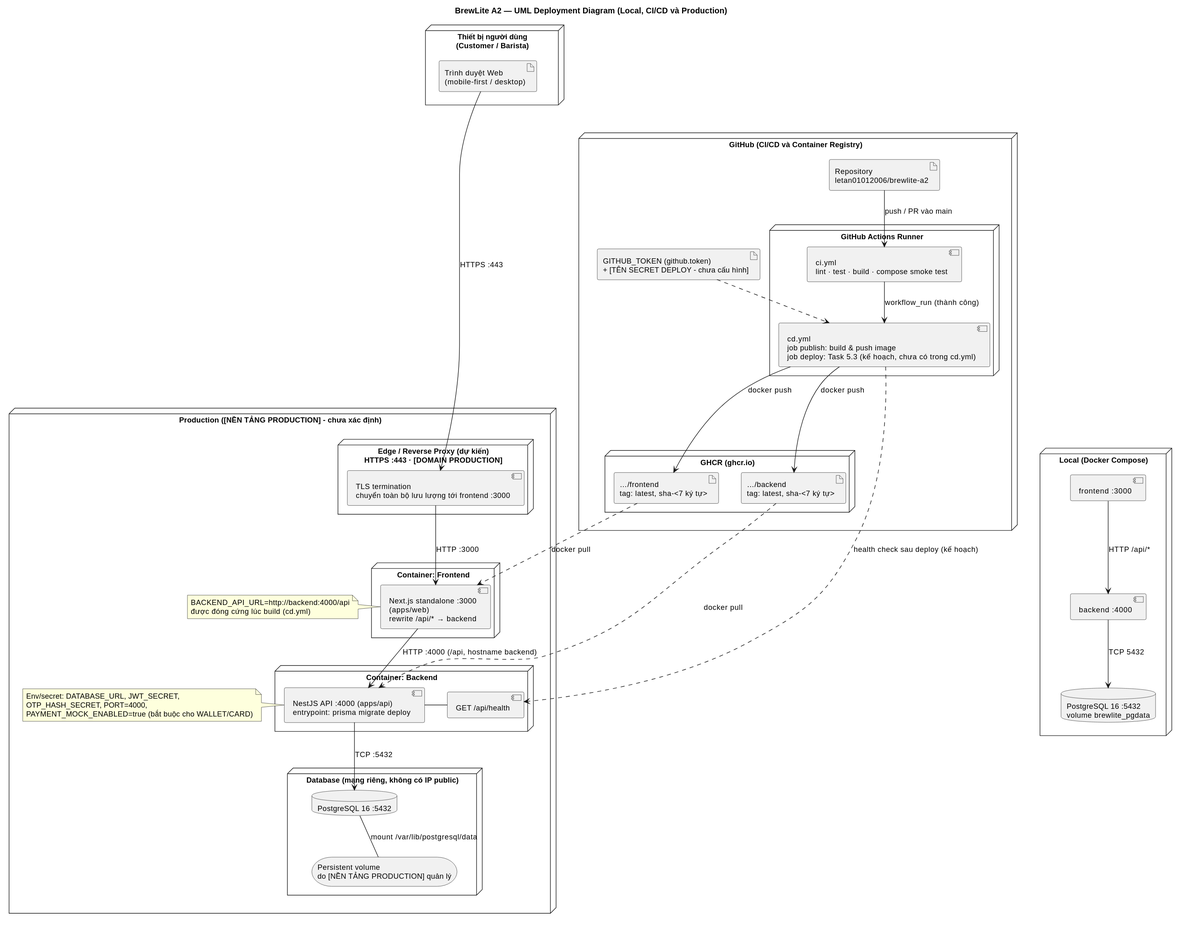
Earlier version of the PlantUML export docs/diagrams/deployment-production.svg (letan01012006/brewlite-a2).
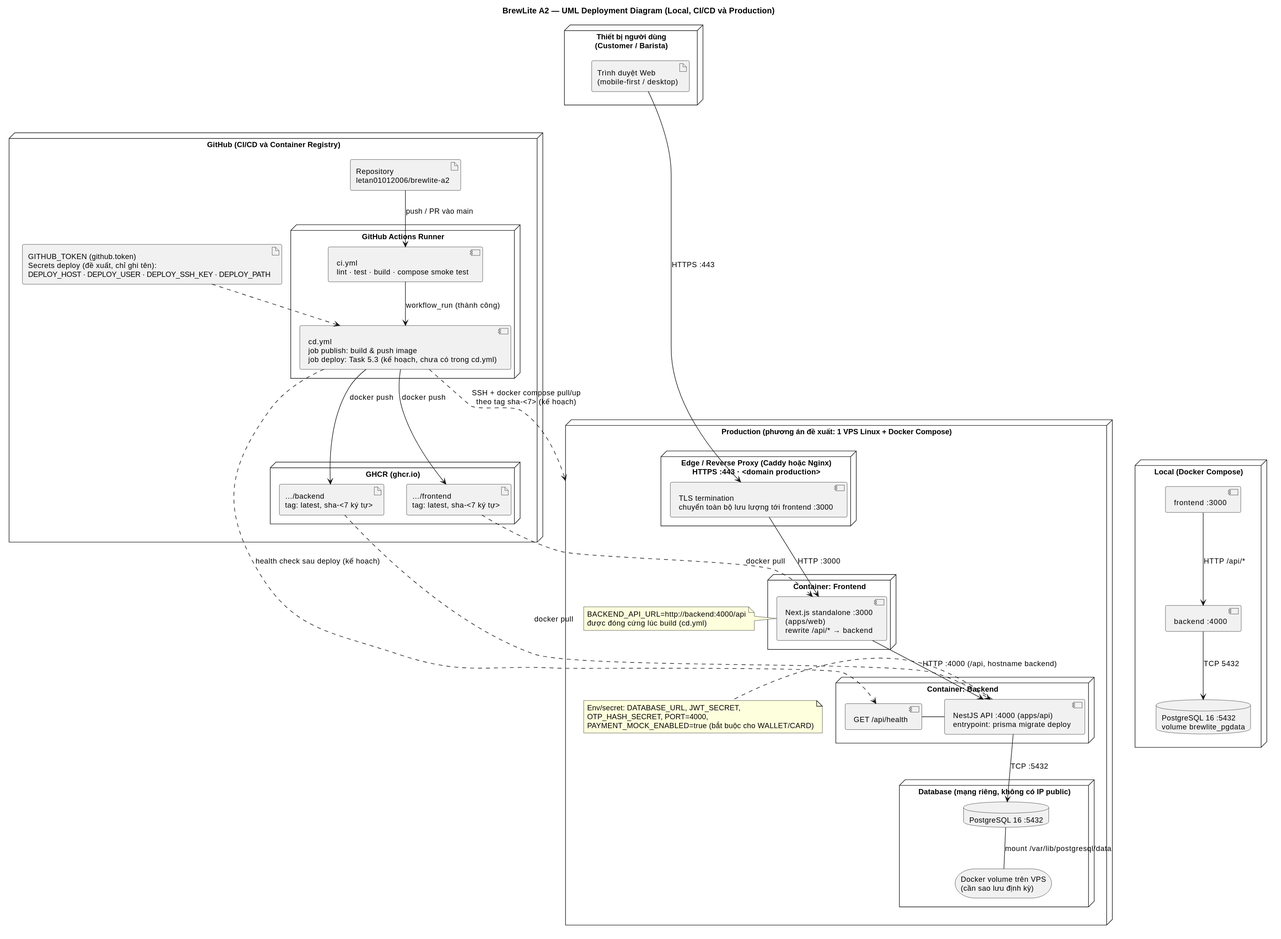
Later version of the same file.

Commit message:
docs(deployment): define proposed production platform, secrets management, finalize diagram

Change to the diagram source:
```diff
@@ -23,11 +23,11 @@
     artifact "…/backend\ntag: latest, sha-<7 ký tự>" as ImgApi
     artifact "…/frontend\ntag: latest, sha-<7 ký tự>" as ImgWeb
   }
-  artifact "GITHUB_TOKEN (github.token)\n+ [TÊN SECRET DEPLOY - chưa cấu hình]" as Tok
+  artifact "GITHUB_TOKEN (github.token)\nSecrets deploy (đề xuất, chỉ ghi tên):\nDEPLOY_HOST · DEPLOY_USER · DEPLOY_SSH_KEY · DEPLOY_PATH" as Tok
 }
 
-node "Production  ([NỀN TẢNG PRODUCTION] - chưa xác định)" as Prod {
-  node "Edge / Reverse Proxy (dự kiến)\nHTTPS :443 · [DOMAIN PRODUCTION]" as Edge {
+node "Production (phương án đề xuất: 1 VPS Linux + Docker Compose)" as Prod {
+  node "Edge / Reverse Proxy (Caddy hoặc Nginx)\nHTTPS :443 · <domain production>" as Edge {
     component "TLS termination\nchuyển toàn bộ lưu lượng tới frontend :3000" as Router
   }
   node "Container: Frontend" as FE {
@@ -39,7 +39,7 @@
   }
   node "Database (mạng riêng, không có IP public)" as DBN {
     database "PostgreSQL 16 :5432" as Db
-    storage "Persistent volume\ndo [NỀN TẢNG PRODUCTION] quản lý" as Vol
+    storage "Docker volume trên VPS\n(cần sao lưu định kỳ)" as Vol
   }
   note right of Web
     BACKEND_API_URL=http://backend:4000/api
@@ -72,6 +72,7 @@
 Tok ..> CD
 ImgWeb ..> Web : docker pull
 ImgApi ..> Api : docker pull
+CD ..> Prod : SSH + docker compose pull/up\ntheo tag sha-<7> (kế hoạch)
 CD ..> Health : health check sau deploy (kế hoạch)
 
 LWeb --> LApi : HTTP /api/*
```
